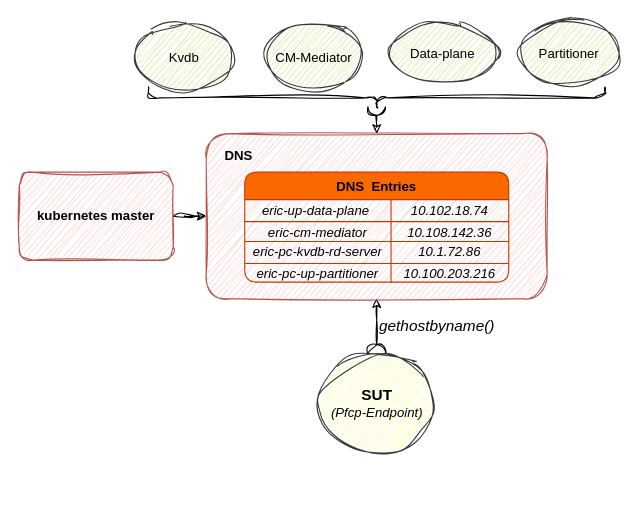
SunLucc/Test keeps this draw.io diagram as page "Resolver" (1 of 3) of External_submodule.drawio. Above is the earlier version. Source tidied: cells renumbered, new cells numbered last; positions are measured from the earlier drawing's top-left corner, leaving out a move shared by most shapes. Both pictures are drawn from the tidied source at 110%, with x=0, y=0 at pixel (19, -131).
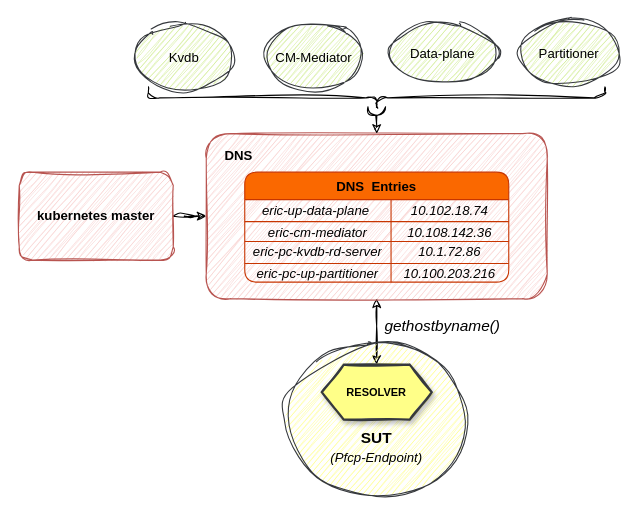
After the change.

The change refers to these unchanged cells:
```xml
<mxCell id="5" style="whiteSpace=wrap;html=1;fillColor=#f8cecc;strokeColor=#b85450;sketch=1;curveFitting=1;jiggle=2;glass=0;shadow=0;rounded=1;" parent="1" vertex="1">
  <mxGeometry x="170" y="240" width="310" height="150" as="geometry" />
</mxCell>
```

Diff of the diagram source:
```diff
@@
-    <mxCell id="4" style="edgeStyle=orthogonalEdgeStyle;rounded=0;jettySize=auto;html=1;sketch=1;curveFitting=1;jiggle=2;startArrow=classic;startFill=1;endArrow=halfCircle;endFill=0;" parent="1" edge="1" source="5" target="20">
+    <mxCell id="4" style="edgeStyle=orthogonalEdgeStyle;rounded=0;jettySize=auto;html=1;sketch=1;curveFitting=1;jiggle=2;startArrow=classic;startFill=1;endArrow=classic;endFill=1;entryX=0.5;entryY=0;entryDx=0;entryDy=0;" parent="1" edge="1" source="5" target="29">
       <mxGeometry relative="1" as="geometry" />
     </mxCell>
@@
-    <mxCell id="20" value="&lt;b&gt;&lt;font style=&quot;font-size: 14px;&quot;&gt;SUT&lt;/font&gt;&lt;/b&gt;&lt;br&gt;&lt;i&gt;(Pfcp-Endpoint)&lt;/i&gt;" style="ellipse;whiteSpace=wrap;html=1;fillColor=#ffff88;strokeColor=#36393d;sketch=1;curveFitting=1;jiggle=2;glass=0;shadow=0;rounded=1;fillStyle=hachure;" parent="1" vertex="1">
-      <mxGeometry x="272.5" y="440" width="105" height="90" as="geometry" />
-    </mxCell>
@@
     <mxCell id="25" value="&lt;i&gt;&lt;font color=&quot;#000000&quot; style=&quot;font-size: 14px;&quot;&gt;gethostbyname()&lt;/font&gt;&lt;/i&gt;" style="text;html=1;strokeColor=none;fillColor=none;align=center;verticalAlign=middle;whiteSpace=wrap;rounded=0;shadow=0;dashed=0;labelBackgroundColor=none;sketch=0;fillStyle=cross-hatch;fontFamily=Helvetica;fontSize=14;fontColor=#3333FF;" parent="1" vertex="1">
-      <mxGeometry x="350" y="400" width="60" height="30" as="geometry" />
+      <mxGeometry x="355" y="400" width="60" height="30" as="geometry" />
     </mxCell>
@@
+    <mxCell id="28" style="group;" parent="1" vertex="1">
+      <mxGeometry x="242.8" y="430" width="164.5" height="140" as="geometry" />
+    </mxCell>
+    <mxCell id="20" style="ellipse;whiteSpace=wrap;html=1;fillColor=#ffff88;strokeColor=#36393d;sketch=1;curveFitting=1;jiggle=2;glass=0;shadow=0;rounded=1;fillStyle=hachure;" parent="28" vertex="1">
+      <mxGeometry width="164.5" height="140" as="geometry" />
+    </mxCell>
+    <mxCell id="29" value="&lt;b style=&quot;font-size: 10px;&quot;&gt;RESOLVER&lt;/b&gt;" style="shape=hexagon;perimeter=hexagonPerimeter2;whiteSpace=wrap;html=1;fixedSize=1;fillStyle=solid;fillColor=#ffff88;strokeColor=#36393d;fontSize=10;rounded=0;shadow=1;sketch=1;strokeWidth=2;" parent="28" vertex="1">
+      <mxGeometry x="32.2" y="20" width="100" height="50" as="geometry" />
+    </mxCell>
+    <mxCell id="30" value="&lt;b style=&quot;border-color: var(--border-color); font-size: 12px;&quot;&gt;&lt;font style=&quot;border-color: var(--border-color); font-size: 14px;&quot;&gt;SUT&lt;/font&gt;&lt;/b&gt;&lt;br style=&quot;border-color: var(--border-color); font-size: 12px;&quot;&gt;&lt;i style=&quot;border-color: var(--border-color); font-size: 12px;&quot;&gt;(Pfcp-Endpoint)&lt;/i&gt;" style="text;html=1;strokeColor=none;fillColor=none;align=center;verticalAlign=middle;whiteSpace=wrap;rounded=0;shadow=0;sketch=0;fillStyle=hachure;fontSize=14;fontColor=#000000;" parent="28" vertex="1">
+      <mxGeometry x="36.2" y="80" width="92" height="30" as="geometry" />
+    </mxCell>
```
